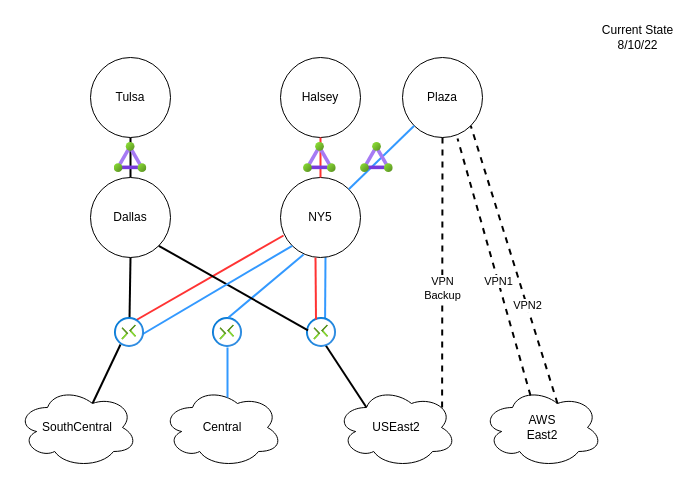
Earlier version of the draw.io diagram page "Current State" (1 of 2) of Cloud2.drawio (rhoatson/Draw.io). Source tidied: cells renumbered, new cells numbered last; positions are measured from the earlier drawing's top-left corner, leaving out a move shared by most shapes. Both pictures are drawn from the tidied source at 100%, with x=0, y=0 at pixel (17, 17).
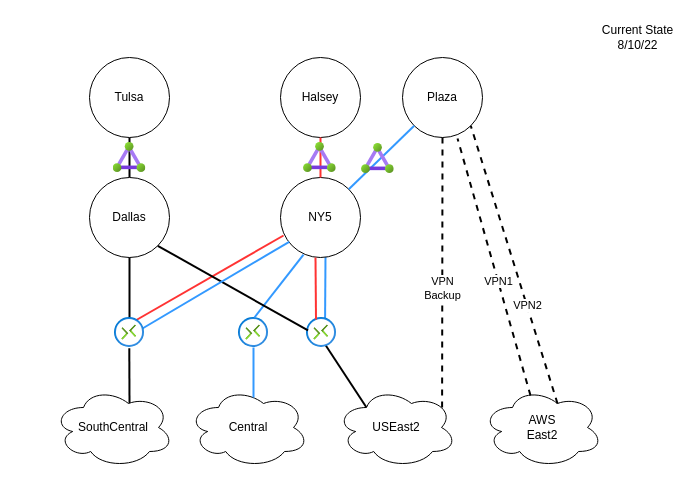
The same page after the edit.

The change refers to these unchanged cells:
```xml
<mxCell id="10" value="NY5" style="ellipse;whiteSpace=wrap;html=1;" parent="1" vertex="1">
  <mxGeometry x="263" y="160" width="80" height="80" as="geometry" />
</mxCell>
<mxCell id="35" style="html=1;points=[];align=center;image;fontSize=12;image=img/lib/azure2/networking/Connections.svg;" parent="1" vertex="1">
  <mxGeometry x="97" y="300" width="30" height="30" as="geometry" />
</mxCell>
```

Diff of the diagram source:
```diff
@@
-    <mxCell id="4" style="endArrow=none;html=1;rounded=0;exitX=0.625;exitY=0.2;exitDx=0;exitDy=0;exitPerimeter=0;strokeWidth=2;entryX=0.2;entryY=0.9;entryDx=0;entryDy=0;entryPerimeter=0;" parent="1" edge="1" source="11" target="35">
-      <mxGeometry relative="1" as="geometry" />
+    <mxCell id="4" style="endArrow=none;html=1;rounded=0;exitX=0.625;exitY=0.2;exitDx=0;exitDy=0;exitPerimeter=0;strokeWidth=2;entryX=0.46;entryY=1.027;entryDx=0;entryDy=0;entryPerimeter=0;" parent="1" edge="1">
+      <mxGeometry relative="1" as="geometry">
+        <mxPoint x="112" y="386" as="sourcePoint" />
+        <mxPoint x="111.8" y="330.8" as="targetPoint" />
+      </mxGeometry>
     </mxCell>
@@
     <mxCell id="6" value="Tulsa" style="ellipse;whiteSpace=wrap;html=1;" parent="1" vertex="1">
-      <mxGeometry x="73" y="40" width="80" height="80" as="geometry" />
+      <mxGeometry x="72" y="40" width="80" height="80" as="geometry" />
     </mxCell>
@@
     <mxCell id="9" value="Dallas" style="ellipse;whiteSpace=wrap;html=1;" parent="1" vertex="1">
-      <mxGeometry x="73" y="160" width="80" height="80" as="geometry" />
+      <mxGeometry x="72" y="160" width="80" height="80" as="geometry" />
     </mxCell>
@@
     <mxCell id="11" value="SouthCentral" style="ellipse;shape=cloud;whiteSpace=wrap;html=1;" parent="1" vertex="1">
-      <mxGeometry y="370" width="120" height="80" as="geometry" />
+      <mxGeometry x="36" y="370" width="120" height="80" as="geometry" />
     </mxCell>
@@
     <mxCell id="13" value="Central" style="ellipse;shape=cloud;whiteSpace=wrap;html=1;" parent="1" vertex="1">
-      <mxGeometry x="145" y="370" width="120" height="80" as="geometry" />
+      <mxGeometry x="171" y="370" width="120" height="80" as="geometry" />
     </mxCell>
@@
     <mxCell id="15" style="html=1;points=[];align=center;image;fontSize=12;image=img/lib/azure2/networking/Connections.svg;" parent="1" vertex="1">
-      <mxGeometry x="195" y="300" width="30" height="30" as="geometry" />
+      <mxGeometry x="221" y="300" width="30" height="30" as="geometry" />
     </mxCell>
@@
-    <mxCell id="17" style="endArrow=none;html=1;rounded=0;exitX=0.5;exitY=0.067;exitDx=0;exitDy=0;exitPerimeter=0;entryX=0.5;entryY=1;entryDx=0;entryDy=0;strokeWidth=2;" parent="1" edge="1" source="35" target="9">
+    <mxCell id="17" style="endArrow=none;html=1;rounded=0;exitX=0.5;exitY=0.067;exitDx=0;exitDy=0;exitPerimeter=0;strokeWidth=2;entryX=0.5;entryY=1;entryDx=0;entryDy=0;" parent="1" edge="1" source="35" target="9">
       <mxGeometry relative="1" as="geometry" />
     </mxCell>
@@
     <mxCell id="20" style="endArrow=none;html=1;rounded=0;entryX=0.5;entryY=1;entryDx=0;entryDy=0;entryPerimeter=0;strokeColor=#3399FF;strokeWidth=2;" parent="1" edge="1" target="15">
       <mxGeometry relative="1" as="geometry">
-        <mxPoint x="210" y="380" as="sourcePoint" />
+        <mxPoint x="236" y="380" as="sourcePoint" />
       </mxGeometry>
     </mxCell>
@@
     <mxCell id="22" style="html=1;align=center;image;fontSize=12;image=img/lib/azure2/networking/ExpressRoute_Circuits.svg;imageBackground=none;" parent="1" vertex="1">
-      <mxGeometry x="96.6" y="125" width="32.8" height="30" as="geometry" />
+      <mxGeometry x="95.6" y="125" width="32.8" height="30" as="geometry" />
     </mxCell>
@@
-    <mxCell id="26" style="endArrow=none;html=1;rounded=0;exitX=0.467;exitY=0.833;exitDx=0;exitDy=0;exitPerimeter=0;entryX=0;entryY=1;entryDx=0;entryDy=0;strokeColor=#3399FF;strokeWidth=2;" parent="1" edge="1" source="35" target="10">
-      <mxGeometry relative="1" as="geometry" />
+    <mxCell id="26" style="endArrow=none;html=1;rounded=0;exitX=0.467;exitY=0.833;exitDx=0;exitDy=0;exitPerimeter=0;entryX=0;entryY=1;entryDx=0;entryDy=0;strokeColor=#3399FF;strokeWidth=2;" parent="1" edge="1">
+      <mxGeometry relative="1" as="geometry">
+        <mxPoint x="108" y="321" as="sourcePoint" />
+        <mxPoint x="271.7" y="224.3" as="targetPoint" />
+      </mxGeometry>
     </mxCell>
@@
     <mxCell id="34" style="html=1;align=center;image;fontSize=12;image=img/lib/azure2/networking/ExpressRoute_Circuits.svg;imageBackground=none;" parent="1" vertex="1">
-      <mxGeometry x="343" y="125" width="32.8" height="30" as="geometry" />
+      <mxGeometry x="344" y="126" width="32.8" height="30" as="geometry" />
     </mxCell>
```
